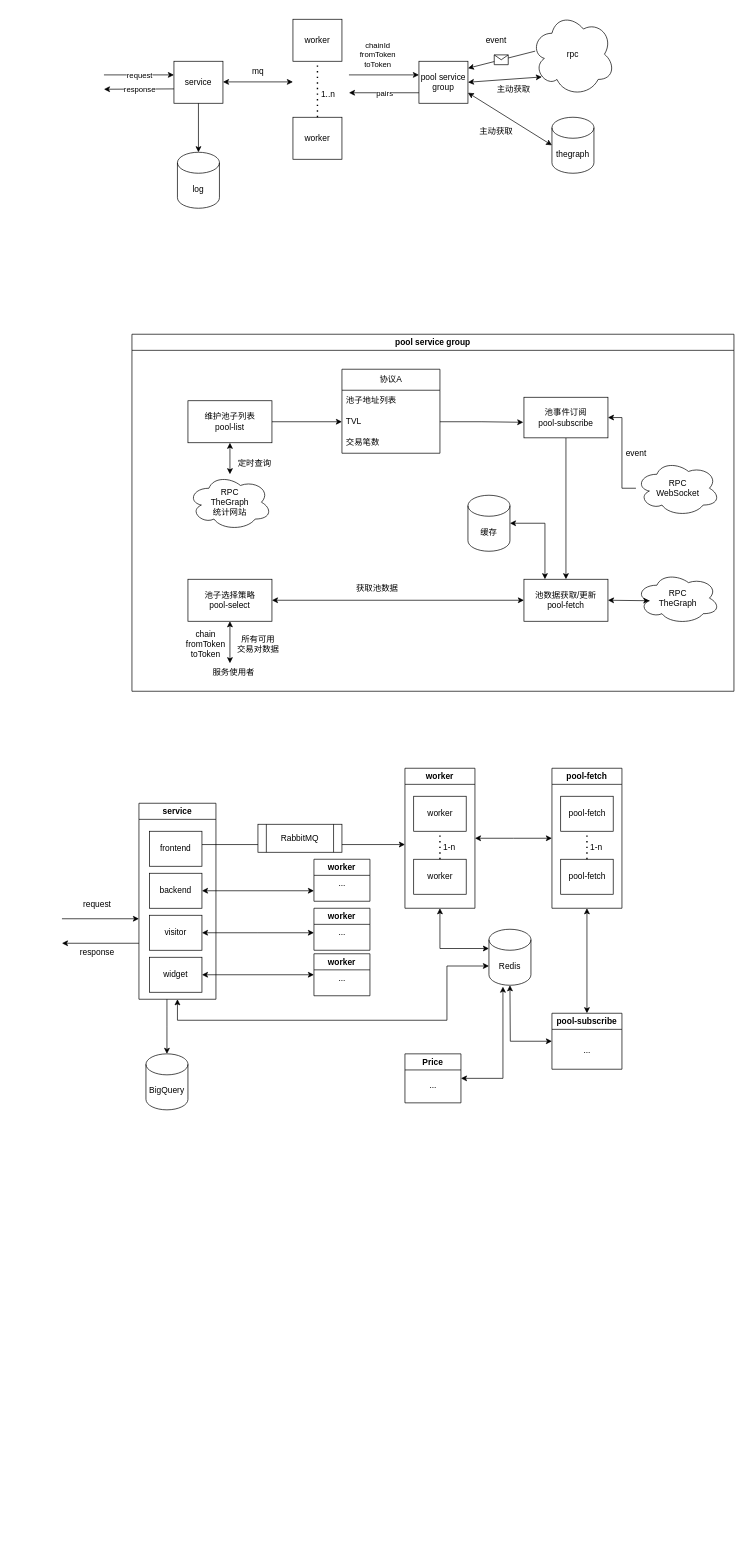
Above: route-api/未命名绘图.drawio in dodowq/diagrams (draw.io), before the change. Source tidied: cells renumbered, new cells numbered last; positions are measured from the earlier drawing's top-left corner, leaving out a move shared by most shapes. Both pictures are drawn from the tidied source at 70%, with x=0, y=0 at pixel (62, 12).
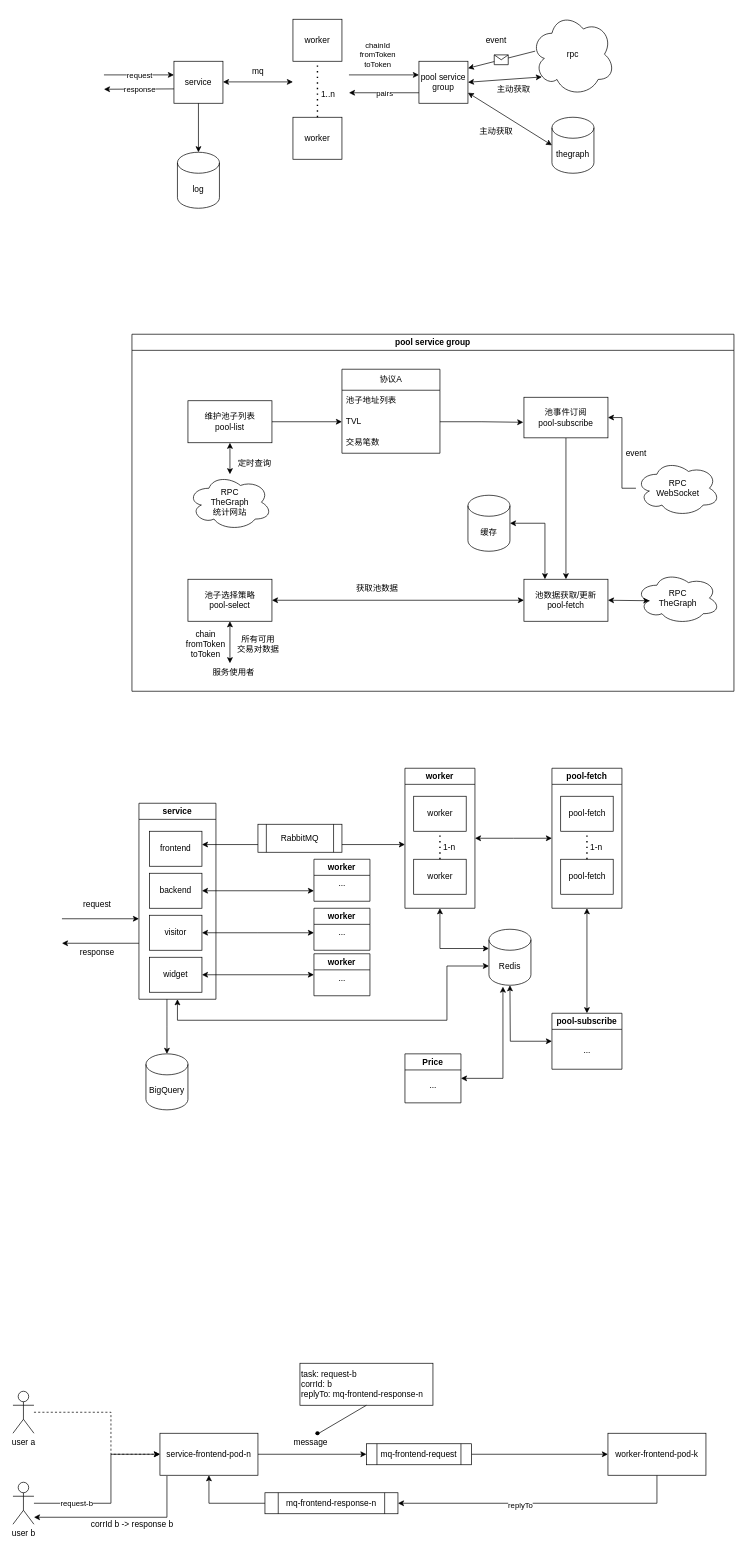
The same page after the edit.

Commit message (it also covers changes not shown here):
更新未命名绘图.drawio

Unchanged cells that the change refers to:
```xml
<mxCell id="58" value="frontend" style="rounded=0;whiteSpace=wrap;html=1;" parent="1" vertex="1">
  <mxGeometry x="125" y="1170" width="75" height="50" as="geometry" />
</mxCell>
```

Change to the diagram source:
```diff
@@
-    <mxCell id="57" style="edgeStyle=orthogonalEdgeStyle;rounded=0;jettySize=auto;html=1;" parent="1" edge="1" source="58">
+    <mxCell id="57" style="edgeStyle=orthogonalEdgeStyle;rounded=0;jettySize=auto;html=1;startArrow=classic;startFill=1;" parent="1" edge="1" source="58">
       <mxGeometry relative="1" as="geometry">
         <mxPoint x="490" y="1189" as="targetPoint" />
         <Array as="points">
           <mxPoint x="490" y="1190" />
         </Array>
       </mxGeometry>
     </mxCell>
@@
+    <mxCell id="102" style="edgeStyle=orthogonalEdgeStyle;rounded=0;jettySize=auto;html=1;entryX=0;entryY=0.5;entryDx=0;entryDy=0;" parent="1" edge="1" source="103" target="108">
+      <mxGeometry relative="1" as="geometry" />
+    </mxCell>
+    <mxCell id="103" value="service-frontend-pod-n" style="rounded=0;whiteSpace=wrap;html=1;" parent="1" vertex="1">
+      <mxGeometry x="140" y="2030" width="140" height="60" as="geometry" />
+    </mxCell>
+    <mxCell id="104" style="edgeStyle=orthogonalEdgeStyle;rounded=0;jettySize=auto;html=1;entryX=1;entryY=0.5;entryDx=0;entryDy=0;" parent="1" edge="1" source="106" target="117">
+      <mxGeometry relative="1" as="geometry">
+        <Array as="points">
+          <mxPoint x="850" y="2130" />
+        </Array>
+      </mxGeometry>
+    </mxCell>
+    <mxCell id="105" value="replyTo" style="edgeLabel;html=1;align=center;verticalAlign=middle;" parent="104" vertex="1">
+      <mxGeometry x="0.15" y="2" relative="1" as="geometry" />
+    </mxCell>
+    <mxCell id="106" value="worker-frontend-pod-k" style="rounded=0;whiteSpace=wrap;html=1;" parent="1" vertex="1">
+      <mxGeometry x="780" y="2030" width="140" height="60" as="geometry" />
+    </mxCell>
+    <mxCell id="107" style="edgeStyle=orthogonalEdgeStyle;rounded=0;jettySize=auto;html=1;entryX=0;entryY=0.5;entryDx=0;entryDy=0;" parent="1" edge="1" source="108" target="106">
+      <mxGeometry relative="1" as="geometry" />
+    </mxCell>
+    <mxCell id="108" value="mq-frontend-request" style="shape=process;whiteSpace=wrap;html=1;backgroundOutline=1;" parent="1" vertex="1">
+      <mxGeometry x="435" y="2045" width="150" height="30" as="geometry" />
+    </mxCell>
+    <mxCell id="109" value="task: request-b&lt;br&gt;corrId: b&lt;br&gt;replyTo: mq-frontend-response-n" style="whiteSpace=wrap;html=1;align=left;" parent="1" vertex="1">
+      <mxGeometry x="340" y="1930" width="190" height="60" as="geometry" />
+    </mxCell>
+    <mxCell id="110" style="edgeStyle=orthogonalEdgeStyle;rounded=0;jettySize=auto;html=1;entryX=0;entryY=0.5;entryDx=0;entryDy=0;dashed=1;" parent="1" edge="1" source="111" target="103">
+      <mxGeometry relative="1" as="geometry">
+        <Array as="points">
+          <mxPoint x="70" y="2000" />
+          <mxPoint x="70" y="2060" />
+        </Array>
+      </mxGeometry>
+    </mxCell>
+    <mxCell id="111" value="user a" style="shape=umlActor;verticalLabelPosition=bottom;verticalAlign=top;html=1;outlineConnect=0;" parent="1" vertex="1">
+      <mxGeometry x="-70" y="1970" width="30" height="60" as="geometry" />
+    </mxCell>
+    <mxCell id="112" style="edgeStyle=orthogonalEdgeStyle;rounded=0;jettySize=auto;html=1;startArrow=none;startFill=0;" parent="1" edge="1" source="115" target="103">
+      <mxGeometry relative="1" as="geometry">
+        <Array as="points">
+          <mxPoint x="70" y="2130" />
+          <mxPoint x="70" y="2060" />
+        </Array>
+      </mxGeometry>
+    </mxCell>
+    <mxCell id="113" value="request-b" style="edgeLabel;html=1;align=center;verticalAlign=middle;" parent="112" vertex="1">
+      <mxGeometry x="-0.72" y="-2" relative="1" as="geometry">
+        <mxPoint x="25" y="-2" as="offset" />
+      </mxGeometry>
+    </mxCell>
+    <mxCell id="114" style="edgeStyle=orthogonalEdgeStyle;rounded=0;jettySize=auto;html=1;startArrow=classic;startFill=1;endArrow=none;endFill=0;" parent="1" edge="1" source="115">
+      <mxGeometry relative="1" as="geometry">
+        <mxPoint x="150" y="2091" as="targetPoint" />
+        <Array as="points">
+          <mxPoint x="150" y="2150" />
+        </Array>
+      </mxGeometry>
+    </mxCell>
+    <mxCell id="115" value="user b" style="shape=umlActor;verticalLabelPosition=bottom;verticalAlign=top;html=1;outlineConnect=0;" parent="1" vertex="1">
+      <mxGeometry x="-70" y="2100" width="30" height="60" as="geometry" />
+    </mxCell>
+    <mxCell id="116" style="edgeStyle=orthogonalEdgeStyle;rounded=0;jettySize=auto;html=1;entryX=0.5;entryY=1;entryDx=0;entryDy=0;" parent="1" edge="1" source="117" target="103">
+      <mxGeometry relative="1" as="geometry" />
+    </mxCell>
+    <mxCell id="117" value="mq-frontend-response-n" style="shape=process;whiteSpace=wrap;html=1;backgroundOutline=1;" parent="1" vertex="1">
+      <mxGeometry x="290" y="2115" width="190" height="30" as="geometry" />
+    </mxCell>
+    <mxCell id="118" style="endArrow=none;html=1;rounded=0;entryX=0.5;entryY=1;entryDx=0;entryDy=0;exitX=0.671;exitY=0.067;exitDx=0;exitDy=0;exitPerimeter=0;" parent="1" edge="1" source="120" target="109">
+      <mxGeometry relative="1" as="geometry" />
+    </mxCell>
+    <mxCell id="119" style="shape=waypoint;sketch=0;size=6;fillColor=none;perimeter=centerPerimeter;" parent="1" vertex="1">
+      <mxGeometry x="355" y="2020" width="20" height="20" as="geometry" />
+    </mxCell>
+    <mxCell id="120" value="message" style="text;html=1;align=center;verticalAlign=middle;points=[];strokeColor=none;fillColor=none;" parent="1" vertex="1">
+      <mxGeometry x="320" y="2028" width="70" height="30" as="geometry" />
+    </mxCell>
+    <mxCell id="121" value="corrId b -&amp;gt; response b" style="text;html=1;align=center;verticalAlign=middle;strokeColor=none;fillColor=none;" parent="1" vertex="1">
+      <mxGeometry x="30" y="2145" width="140" height="30" as="geometry" />
+    </mxCell>
```
